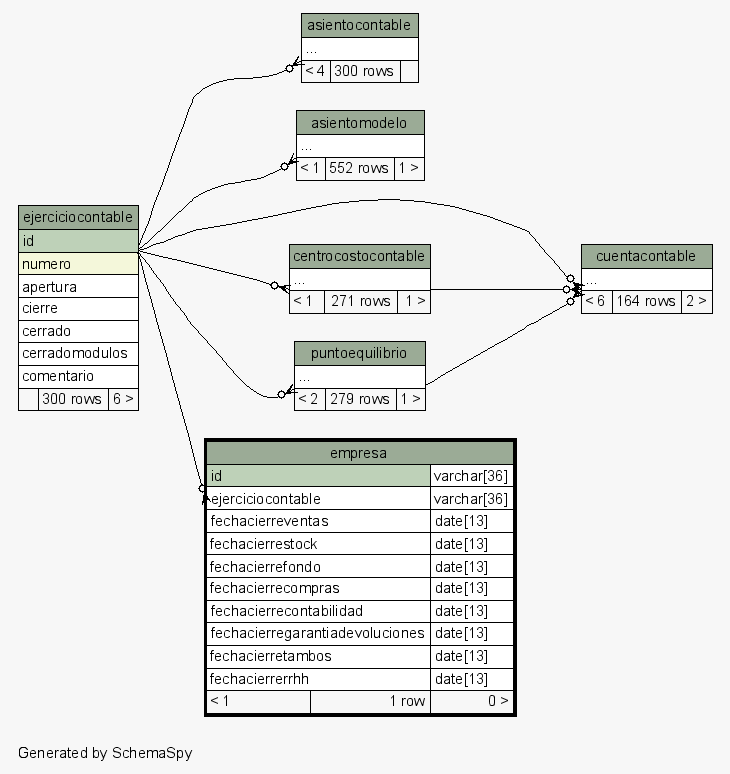
diegopablomansilla/massoftware_front keeps this Graphviz diagram as postgresql/schemaSpy/salida/diagrams/empresa.2degrees.png. Above is the earlier version. Its source is kept beside it as postgresql/schemaSpy/salida/diagrams/empresa.2degrees.dot.
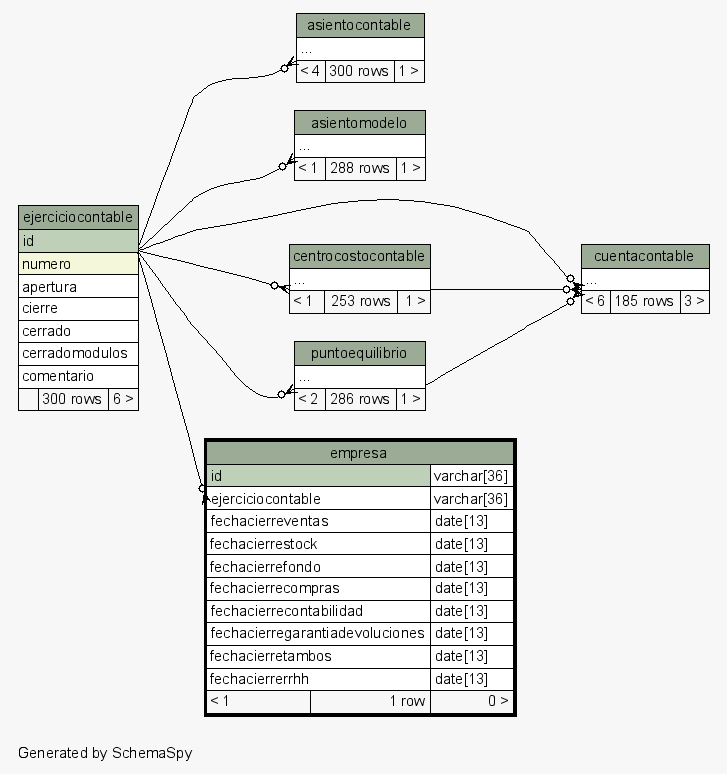
After the change.

Diff of the diagram source:
```diff
@@ -30,7 +30,7 @@
     <TABLE BORDER="0" CELLBORDER="1" CELLSPACING="0" BGCOLOR="#ffffff">
       <TR><TD COLSPAN="3" BGCOLOR="#9bab96" ALIGN="CENTER">asientocontable</TD></TR>
       <TR><TD PORT="elipses" COLSPAN="3" ALIGN="LEFT">...</TD></TR>
-      <TR><TD ALIGN="LEFT" BGCOLOR="#f7f7f7">&lt; 4</TD><TD ALIGN="RIGHT" BGCOLOR="#f7f7f7">300 rows</TD><TD ALIGN="RIGHT" BGCOLOR="#f7f7f7">  </TD></TR>
+      <TR><TD ALIGN="LEFT" BGCOLOR="#f7f7f7">&lt; 4</TD><TD ALIGN="RIGHT" BGCOLOR="#f7f7f7">300 rows</TD><TD ALIGN="RIGHT" BGCOLOR="#f7f7f7">1 &gt;</TD></TR>
     </TABLE>>
     URL="asientocontable.html"
     tooltip="asientocontable"
@@ -40,7 +40,7 @@
     <TABLE BORDER="0" CELLBORDER="1" CELLSPACING="0" BGCOLOR="#ffffff">
       <TR><TD COLSPAN="3" BGCOLOR="#9bab96" ALIGN="CENTER">asientomodelo</TD></TR>
       <TR><TD PORT="elipses" COLSPAN="3" ALIGN="LEFT">...</TD></TR>
-      <TR><TD ALIGN="LEFT" BGCOLOR="#f7f7f7">&lt; 1</TD><TD ALIGN="RIGHT" BGCOLOR="#f7f7f7">552 rows</TD><TD ALIGN="RIGHT" BGCOLOR="#f7f7f7">1 &gt;</TD></TR>
+      <TR><TD ALIGN="LEFT" BGCOLOR="#f7f7f7">&lt; 1</TD><TD ALIGN="RIGHT" BGCOLOR="#f7f7f7">288 rows</TD><TD ALIGN="RIGHT" BGCOLOR="#f7f7f7">1 &gt;</TD></TR>
     </TABLE>>
     URL="asientomodelo.html"
     tooltip="asientomodelo"
@@ -50,7 +50,7 @@
     <TABLE BORDER="0" CELLBORDER="1" CELLSPACING="0" BGCOLOR="#ffffff">
       <TR><TD COLSPAN="3" BGCOLOR="#9bab96" ALIGN="CENTER">centrocostocontable</TD></TR>
       <TR><TD PORT="elipses" COLSPAN="3" ALIGN="LEFT">...</TD></TR>
-      <TR><TD ALIGN="LEFT" BGCOLOR="#f7f7f7">&lt; 1</TD><TD ALIGN="RIGHT" BGCOLOR="#f7f7f7">271 rows</TD><TD ALIGN="RIGHT" BGCOLOR="#f7f7f7">1 &gt;</TD></TR>
+      <TR><TD ALIGN="LEFT" BGCOLOR="#f7f7f7">&lt; 1</TD><TD ALIGN="RIGHT" BGCOLOR="#f7f7f7">253 rows</TD><TD ALIGN="RIGHT" BGCOLOR="#f7f7f7">1 &gt;</TD></TR>
     </TABLE>>
     URL="centrocostocontable.html"
     tooltip="centrocostocontable"
@@ -60,7 +60,7 @@
     <TABLE BORDER="0" CELLBORDER="1" CELLSPACING="0" BGCOLOR="#ffffff">
       <TR><TD COLSPAN="3" BGCOLOR="#9bab96" ALIGN="CENTER">cuentacontable</TD></TR>
       <TR><TD PORT="elipses" COLSPAN="3" ALIGN="LEFT">...</TD></TR>
-      <TR><TD ALIGN="LEFT" BGCOLOR="#f7f7f7">&lt; 6</TD><TD ALIGN="RIGHT" BGCOLOR="#f7f7f7">164 rows</TD><TD ALIGN="RIGHT" BGCOLOR="#f7f7f7">2 &gt;</TD></TR>
+      <TR><TD ALIGN="LEFT" BGCOLOR="#f7f7f7">&lt; 6</TD><TD ALIGN="RIGHT" BGCOLOR="#f7f7f7">185 rows</TD><TD ALIGN="RIGHT" BGCOLOR="#f7f7f7">3 &gt;</TD></TR>
     </TABLE>>
     URL="cuentacontable.html"
     tooltip="cuentacontable"
@@ -105,7 +105,7 @@
     <TABLE BORDER="0" CELLBORDER="1" CELLSPACING="0" BGCOLOR="#ffffff">
       <TR><TD COLSPAN="3" BGCOLOR="#9bab96" ALIGN="CENTER">puntoequilibrio</TD></TR>
       <TR><TD PORT="elipses" COLSPAN="3" ALIGN="LEFT">...</TD></TR>
-      <TR><TD ALIGN="LEFT" BGCOLOR="#f7f7f7">&lt; 2</TD><TD ALIGN="RIGHT" BGCOLOR="#f7f7f7">279 rows</TD><TD ALIGN="RIGHT" BGCOLOR="#f7f7f7">1 &gt;</TD></TR>
+      <TR><TD ALIGN="LEFT" BGCOLOR="#f7f7f7">&lt; 2</TD><TD ALIGN="RIGHT" BGCOLOR="#f7f7f7">286 rows</TD><TD ALIGN="RIGHT" BGCOLOR="#f7f7f7">1 &gt;</TD></TR>
     </TABLE>>
     URL="puntoequilibrio.html"
     tooltip="puntoequilibrio"
```
